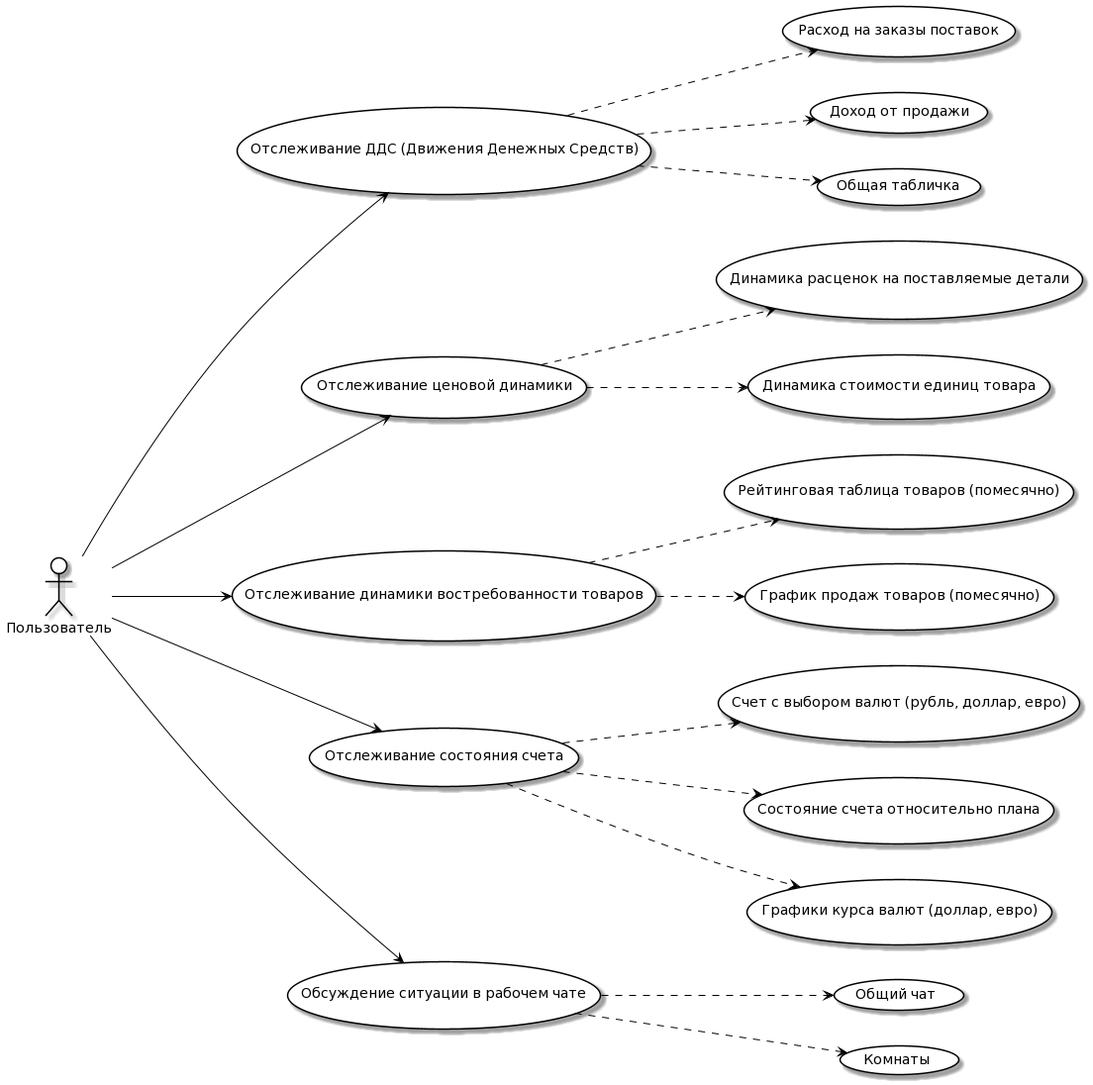
Above: kurs/USECase.png in petiteprincesse/MaksimovaOlga.github.io (PlantUML), before the change.
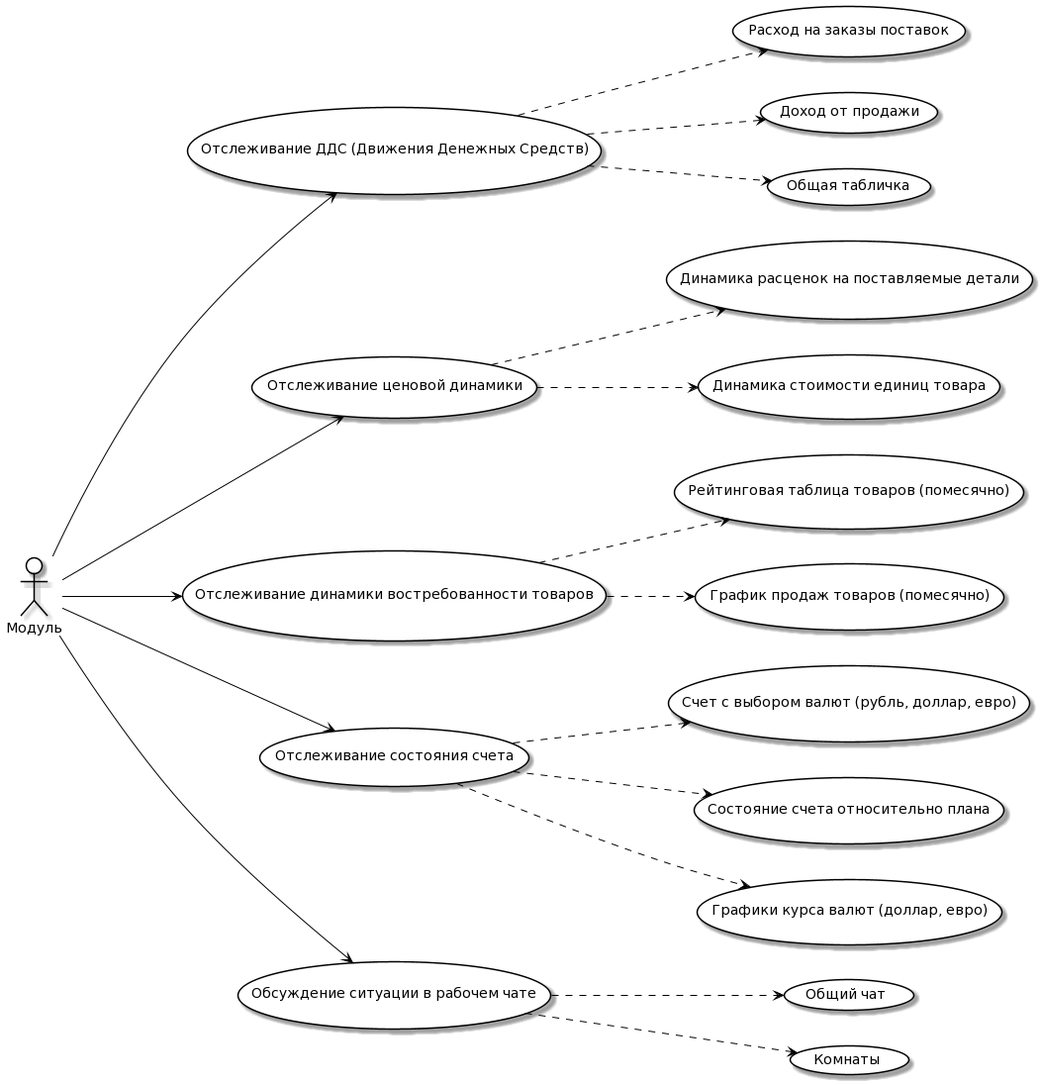
After the change.

Change to the diagram source:
```diff
@@ -13,7 +13,7 @@
 
 left to right direction
 
-actor "Пользователь"
+actor "Модуль"
 
 "Отслеживание ДДС (Движения Денежных Средств)" as (Use1)
 "Отслеживание ценовой динамики" as (Use2)
@@ -38,11 +38,11 @@
 usecase Use16 as "Общий чат"
 usecase Use17 as "Комнаты"
 
-Пользователь ---> (Use1)
-Пользователь ---> (Use2)
-Пользователь ---> (Use3)
-Пользователь ---> (Use4)
-Пользователь ---> (Use5)
+Модуль ---> (Use1)
+Модуль ---> (Use2)
+Модуль ---> (Use3)
+Модуль ---> (Use4)
+Модуль ---> (Use5)
 
 (Use1) ..> (Use6)
 (Use1) ..> (Use7)
```
